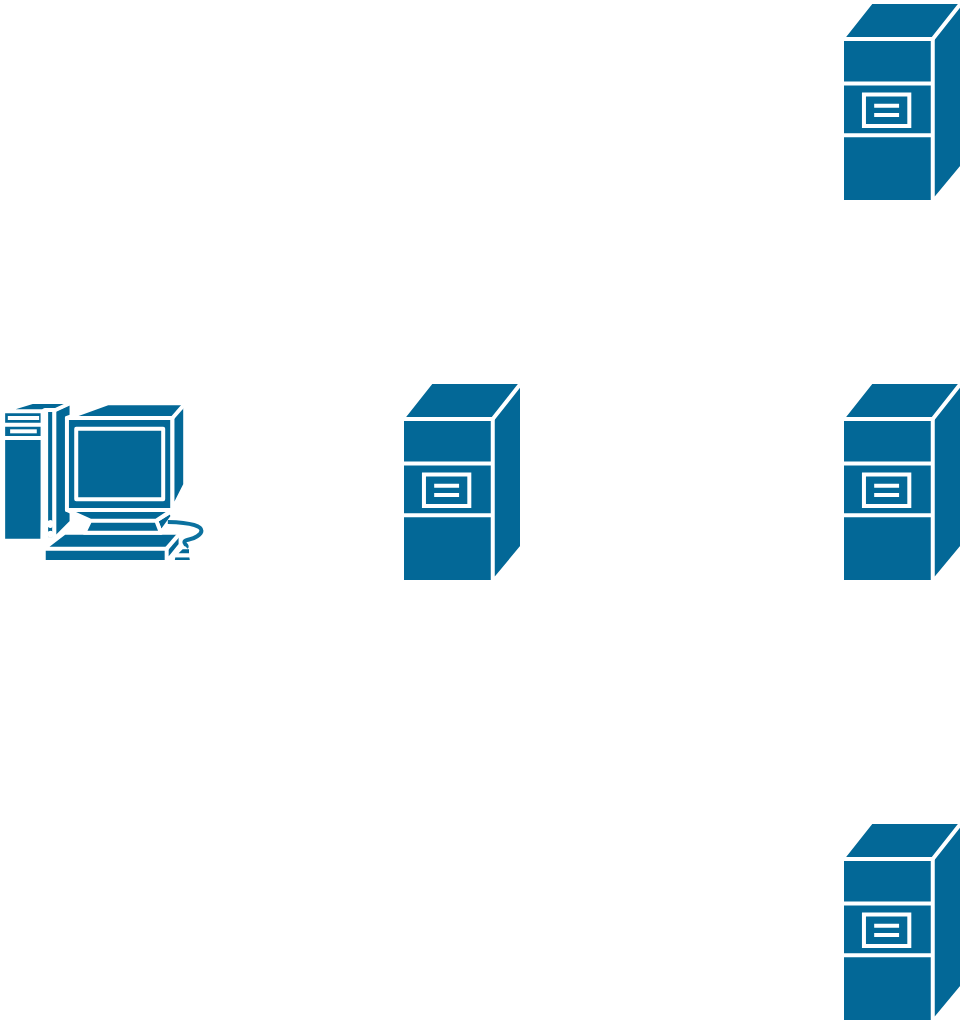
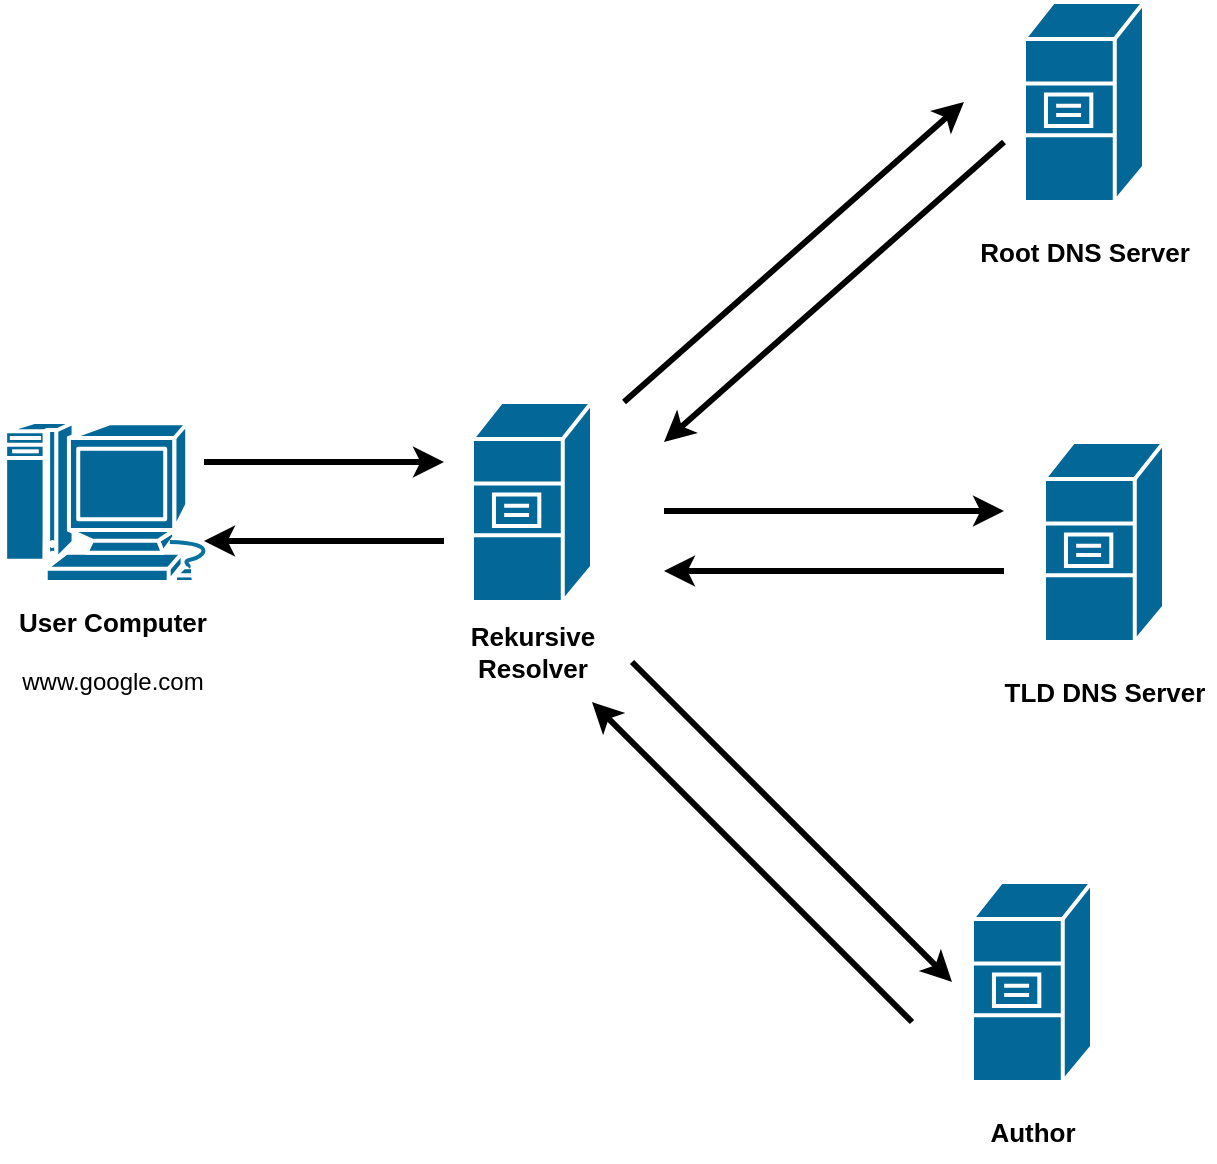
<mxfile host="app.diagrams.net">
  <diagram name="Seite-1" id="MIxLioLs22-T0WrDI3D8">
-     <mxGraphModel dx="1406" dy="900" grid="1" gridSize="10" guides="1" tooltips="1" connect="1" arrows="1" fold="1" page="1" pageScale="1" pageWidth="827" pageHeight="1169" math="0" shadow="0">
+     <mxGraphModel dx="1172" dy="750" grid="1" gridSize="10" guides="1" tooltips="1" connect="1" arrows="1" fold="1" page="1" pageScale="1" pageWidth="827" pageHeight="1169" math="0" shadow="0">
      <root>
        <mxCell id="0" />
        <mxCell id="1" parent="0" />
        <mxCell id="Kp2z6UUhsxGEWxrTFEi2-1" parent="1" style="sketch=0;html=1;pointerEvents=1;dashed=0;fillColor=#036897;strokeColor=#ffffff;strokeWidth=2;verticalLabelPosition=bottom;verticalAlign=top;align=center;outlineConnect=0;shape=mxgraph.cisco.computers_and_peripherals.macintosh;" value="" vertex="1">
-           <mxGeometry height="80" width="109" x="130" y="400" as="geometry" />
+           <mxGeometry height="80" width="109" x="80" y="400" as="geometry" />
        </mxCell>
        <mxCell id="Kp2z6UUhsxGEWxrTFEi2-2" parent="1" style="strokeColor=#ffffff;sketch=0;html=1;pointerEvents=1;dashed=0;fillColor=#036897;strokeWidth=2;verticalLabelPosition=bottom;verticalAlign=top;align=center;outlineConnect=0;shape=mxgraph.cisco.servers.file_server;" value="" vertex="1">
-           <mxGeometry height="100" width="60" x="330" y="390" as="geometry" />
+           <mxGeometry height="100" width="60" x="314" y="390" as="geometry" />
        </mxCell>
        <mxCell id="Kp2z6UUhsxGEWxrTFEi2-3" parent="1" style="strokeColor=#ffffff;sketch=0;html=1;pointerEvents=1;dashed=0;fillColor=#036897;strokeWidth=2;verticalLabelPosition=bottom;verticalAlign=top;align=center;outlineConnect=0;shape=mxgraph.cisco.servers.file_server;" value="" vertex="1">
-           <mxGeometry height="100" width="60" x="550" y="200" as="geometry" />
+           <mxGeometry height="100" width="60" x="590" y="190" as="geometry" />
        </mxCell>
        <mxCell id="Kp2z6UUhsxGEWxrTFEi2-4" parent="1" style="strokeColor=#ffffff;sketch=0;html=1;pointerEvents=1;dashed=0;fillColor=#036897;strokeWidth=2;verticalLabelPosition=bottom;verticalAlign=top;align=center;outlineConnect=0;shape=mxgraph.cisco.servers.file_server;" value="" vertex="1">
-           <mxGeometry height="100" width="60" x="550" y="390" as="geometry" />
+           <mxGeometry height="100" width="60" x="600" y="410" as="geometry" />
        </mxCell>
        <mxCell id="Kp2z6UUhsxGEWxrTFEi2-5" parent="1" style="strokeColor=#ffffff;sketch=0;html=1;pointerEvents=1;dashed=0;fillColor=#036897;strokeWidth=2;verticalLabelPosition=bottom;verticalAlign=top;align=center;outlineConnect=0;shape=mxgraph.cisco.servers.file_server;" value="" vertex="1">
-           <mxGeometry height="100" width="60" x="550" y="610" as="geometry" />
+           <mxGeometry height="100" width="60" x="564" y="630" as="geometry" />
+         </mxCell>
+         <mxCell id="Kp2z6UUhsxGEWxrTFEi2-6" edge="1" parent="1" style="endArrow=classic;html=1;rounded=0;strokeWidth=3;" value="">
+           <mxGeometry height="50" relative="1" width="50" as="geometry">
+             <mxPoint x="180" y="420" as="sourcePoint" />
+             <mxPoint x="300" y="420" as="targetPoint" />
+           </mxGeometry>
+         </mxCell>
+         <mxCell id="Kp2z6UUhsxGEWxrTFEi2-7" edge="1" parent="1" style="endArrow=classic;html=1;rounded=0;strokeWidth=3;" value="">
+           <mxGeometry height="50" relative="1" width="50" as="geometry">
+             <mxPoint x="390" y="390" as="sourcePoint" />
+             <mxPoint x="560" y="240" as="targetPoint" />
+           </mxGeometry>
+         </mxCell>
+         <mxCell id="Kp2z6UUhsxGEWxrTFEi2-8" edge="1" parent="1" style="endArrow=none;html=1;rounded=0;strokeWidth=3;startArrow=classic;startFill=1;endFill=0;" value="">
+           <mxGeometry height="50" relative="1" width="50" as="geometry">
+             <mxPoint x="410" y="410" as="sourcePoint" />
+             <mxPoint x="580" y="260" as="targetPoint" />
+           </mxGeometry>
+         </mxCell>
+         <mxCell id="Kp2z6UUhsxGEWxrTFEi2-10" edge="1" parent="1" style="endArrow=classic;html=1;rounded=0;strokeWidth=3;" value="">
+           <mxGeometry height="50" relative="1" width="50" as="geometry">
+             <mxPoint x="410" y="444.5" as="sourcePoint" />
+             <mxPoint x="580" y="444.5" as="targetPoint" />
+           </mxGeometry>
+         </mxCell>
+         <mxCell id="Kp2z6UUhsxGEWxrTFEi2-11" edge="1" parent="1" style="endArrow=none;html=1;rounded=0;strokeWidth=3;startArrow=classic;startFill=1;endFill=0;" value="">
+           <mxGeometry height="50" relative="1" width="50" as="geometry">
+             <mxPoint x="410" y="474.5" as="sourcePoint" />
+             <mxPoint x="580" y="474.5" as="targetPoint" />
+           </mxGeometry>
+         </mxCell>
+         <mxCell id="Kp2z6UUhsxGEWxrTFEi2-13" edge="1" parent="1" style="endArrow=classic;html=1;rounded=0;strokeWidth=3;" value="">
+           <mxGeometry height="50" relative="1" width="50" as="geometry">
+             <mxPoint x="394" y="520" as="sourcePoint" />
+             <mxPoint x="554" y="680" as="targetPoint" />
+           </mxGeometry>
+         </mxCell>
+         <mxCell id="Kp2z6UUhsxGEWxrTFEi2-14" edge="1" parent="1" style="endArrow=none;html=1;rounded=0;strokeWidth=3;startArrow=classic;startFill=1;endFill=0;" value="">
+           <mxGeometry height="50" relative="1" width="50" as="geometry">
+             <mxPoint x="374" y="540" as="sourcePoint" />
+             <mxPoint x="534" y="700" as="targetPoint" />
+           </mxGeometry>
+         </mxCell>
+         <mxCell id="Kp2z6UUhsxGEWxrTFEi2-15" parent="1" style="text;html=1;whiteSpace=wrap;strokeColor=none;fillColor=none;align=center;verticalAlign=middle;rounded=0;" value="&lt;b&gt;&lt;font style=&quot;font-size: 13px;&quot;&gt;User Computer&lt;/font&gt;&lt;/b&gt;&lt;div&gt;&lt;br&gt;&lt;/div&gt;&lt;div&gt;www.google.com&lt;/div&gt;" vertex="1">
+           <mxGeometry height="30" width="110.5" x="78.5" y="500" as="geometry" />
+         </mxCell>
+         <mxCell id="Kp2z6UUhsxGEWxrTFEi2-16" edge="1" parent="1" style="endArrow=none;html=1;rounded=0;strokeWidth=3;startArrow=classic;startFill=1;endFill=0;" value="">
+           <mxGeometry height="50" relative="1" width="50" as="geometry">
+             <mxPoint x="180" y="459.5" as="sourcePoint" />
+             <mxPoint x="300" y="459.5" as="targetPoint" />
+           </mxGeometry>
+         </mxCell>
+         <mxCell id="Kp2z6UUhsxGEWxrTFEi2-17" parent="1" style="text;html=1;whiteSpace=wrap;strokeColor=none;fillColor=none;align=center;verticalAlign=middle;rounded=0;" value="&lt;span style=&quot;font-size: 13px;&quot;&gt;&lt;b&gt;Rekursive Resolver&lt;/b&gt;&lt;/span&gt;" vertex="1">
+           <mxGeometry height="30" width="110.5" x="288.75" y="500" as="geometry" />
+         </mxCell>
+         <mxCell id="Kp2z6UUhsxGEWxrTFEi2-18" parent="1" style="text;html=1;whiteSpace=wrap;strokeColor=none;fillColor=none;align=center;verticalAlign=middle;rounded=0;" value="&lt;span style=&quot;font-size: 13px;&quot;&gt;&lt;b&gt;Root DNS Server&lt;/b&gt;&lt;/span&gt;" vertex="1">
+           <mxGeometry height="30" width="110.5" x="564.75" y="300" as="geometry" />
+         </mxCell>
+         <mxCell id="Kp2z6UUhsxGEWxrTFEi2-19" parent="1" style="text;html=1;whiteSpace=wrap;strokeColor=none;fillColor=none;align=center;verticalAlign=middle;rounded=0;" value="&lt;span style=&quot;font-size: 13px;&quot;&gt;&lt;b&gt;TLD DNS Server&lt;/b&gt;&lt;/span&gt;" vertex="1">
+           <mxGeometry height="30" width="110.5" x="574.75" y="520" as="geometry" />
+         </mxCell>
+         <mxCell id="Kp2z6UUhsxGEWxrTFEi2-20" parent="1" style="text;html=1;whiteSpace=wrap;strokeColor=none;fillColor=none;align=center;verticalAlign=middle;rounded=0;" value="&lt;span style=&quot;font-size: 13px;&quot;&gt;&lt;b&gt;Author&lt;/b&gt;&lt;/span&gt;" vertex="1">
+           <mxGeometry height="30" width="110.5" x="538.75" y="740" as="geometry" />
        </mxCell>
      </root>
    </mxGraphModel>
  </diagram>
</mxfile>
